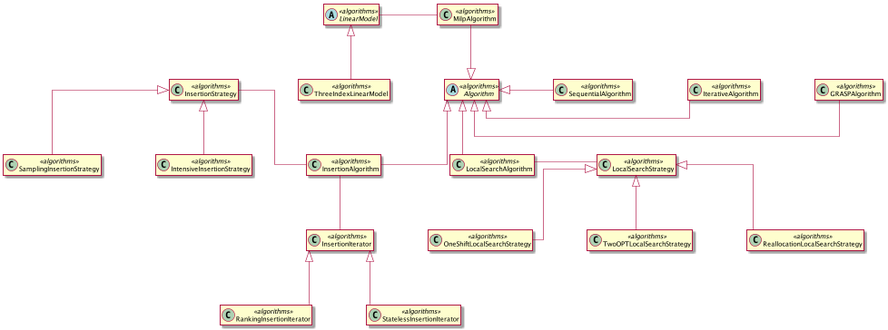
garciparedes/tfg-dial-a-ride-problem keeps this PlantUML diagram as document/img/algorithms-overview.png. Above is the earlier version. The source it was exported from:
```plantuml
@startuml
skinparam linetype ortho
skinparam nodesep 100
skinparam ranksep 100

hide empty methods
hide empty attributes

abstract class Algorithm <<algorithms>>

class MilpAlgorithm <<algorithms>>

abstract class LinearModel <<algorithms>>
class ThreeIndexLinearModel <<algorithms>>

class InsertionAlgorithm <<algorithms>>

class InsertionIterator <<algorithms>>
class RankingInsertionIterator <<algorithms>>
class StatelessInsertionIterator <<algorithms>>

class InsertionStrategy <<algorithms>>
class IntensiveInsertionStrategy <<algorithms>>
class SamplingInsertionStrategy <<algorithms>>

class LocalSearchAlgorithm <<algorithms>>

class LocalSearchStrategy <<algorithms>>
class ReallocationLocalSearchStrategy <<algorithms>>
class OneShiftLocalSearchStrategy <<algorithms>>
class TwoOPTLocalSearchStrategy <<algorithms>>

class GRASPAlgorithm <<algorithms>>
class IterativeAlgorithm <<algorithms>>
class SequentialAlgorithm <<algorithms>>


InsertionAlgorithm -up-|> Algorithm
MilpAlgorithm --|> Algorithm
Algorithm <|-- LocalSearchAlgorithm
Algorithm <|- GRASPAlgorithm
Algorithm <|- IterativeAlgorithm
Algorithm <|- SequentialAlgorithm


InsertionStrategy <|-- IntensiveInsertionStrategy
InsertionStrategy <|-- SamplingInsertionStrategy

InsertionIterator <|-- RankingInsertionIterator
InsertionIterator <|-- StatelessInsertionIterator

LinearModel <|-- ThreeIndexLinearModel

LocalSearchStrategy <|-- ReallocationLocalSearchStrategy
LocalSearchStrategy <|-- OneShiftLocalSearchStrategy
LocalSearchStrategy <|-- TwoOPTLocalSearchStrategy


InsertionAlgorithm -down- InsertionIterator
InsertionStrategy -down- InsertionAlgorithm

LinearModel - MilpAlgorithm

LocalSearchAlgorithm - LocalSearchStrategy

@enduml
```
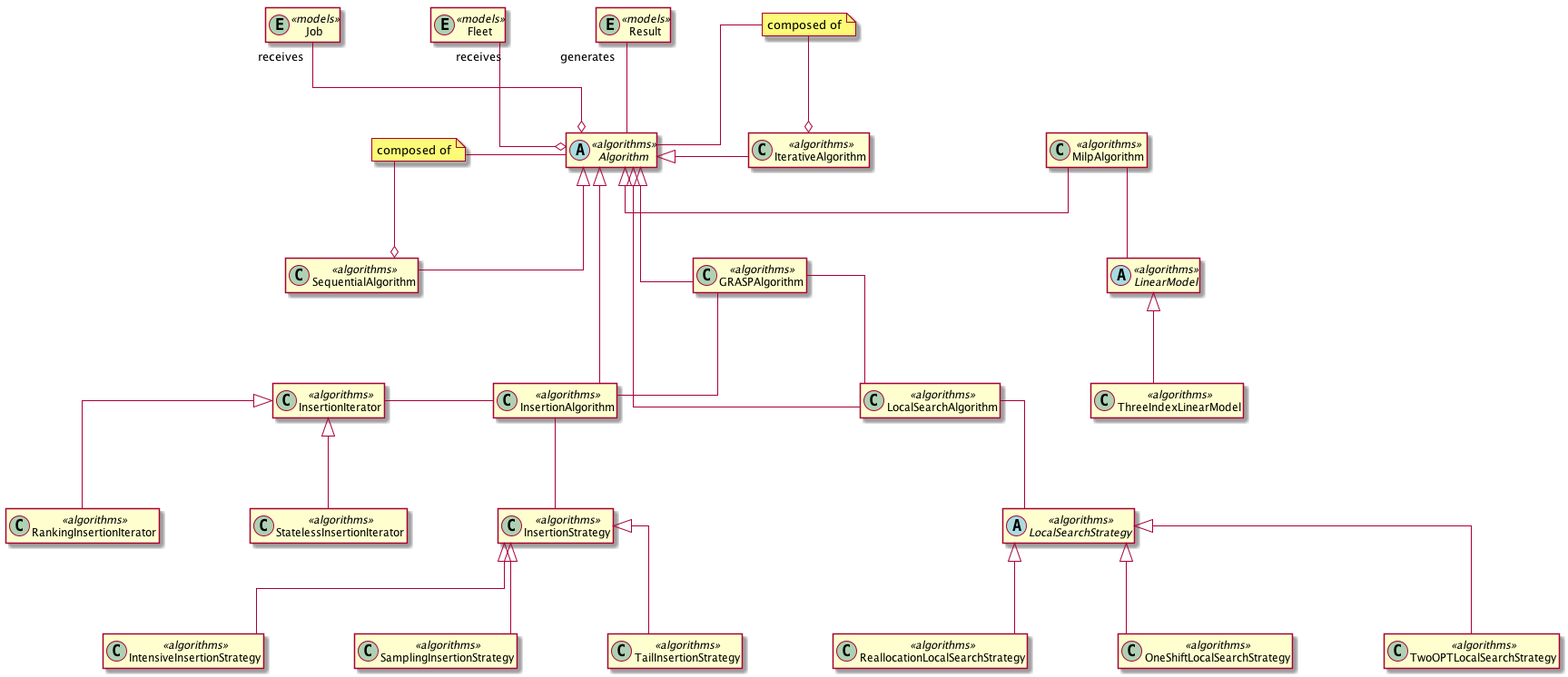
After the change.

Commit message:
Working on "algorithms" module description.

The edit, as a diff of the source:
```diff
@@ -5,6 +5,11 @@
 
 hide empty methods
 hide empty attributes
+
+entity Job <<models>>
+entity Fleet <<models>>
+
+entity Result <<models>>
 
 abstract class Algorithm <<algorithms>>
 
@@ -22,10 +27,11 @@
 class InsertionStrategy <<algorithms>>
 class IntensiveInsertionStrategy <<algorithms>>
 class SamplingInsertionStrategy <<algorithms>>
+class TailInsertionStrategy <<algorithms>>
 
 class LocalSearchAlgorithm <<algorithms>>
 
-class LocalSearchStrategy <<algorithms>>
+abstract class LocalSearchStrategy <<algorithms>>
 class ReallocationLocalSearchStrategy <<algorithms>>
 class OneShiftLocalSearchStrategy <<algorithms>>
 class TwoOPTLocalSearchStrategy <<algorithms>>
@@ -36,15 +42,16 @@
 
 
 InsertionAlgorithm -up-|> Algorithm
-MilpAlgorithm --|> Algorithm
+Algorithm <|- MilpAlgorithm
 Algorithm <|-- LocalSearchAlgorithm
-Algorithm <|- GRASPAlgorithm
+Algorithm <|-- GRASPAlgorithm
 Algorithm <|- IterativeAlgorithm
-Algorithm <|- SequentialAlgorithm
+Algorithm <|-- SequentialAlgorithm
 
 
 InsertionStrategy <|-- IntensiveInsertionStrategy
 InsertionStrategy <|-- SamplingInsertionStrategy
+InsertionStrategy <|-- TailInsertionStrategy
 
 InsertionIterator <|-- RankingInsertionIterator
 InsertionIterator <|-- StatelessInsertionIterator
@@ -56,11 +63,29 @@
 LocalSearchStrategy <|-- TwoOPTLocalSearchStrategy
 
 
-InsertionAlgorithm -down- InsertionIterator
-InsertionStrategy -down- InsertionAlgorithm
+InsertionAlgorithm -left- InsertionIterator
+InsertionAlgorithm -down- InsertionStrategy
 
-LinearModel - MilpAlgorithm
+MilpAlgorithm -- LinearModel
 
-LocalSearchAlgorithm - LocalSearchStrategy
+LocalSearchAlgorithm -- LocalSearchStrategy
+
+
+GRASPAlgorithm -- LocalSearchAlgorithm
+GRASPAlgorithm -- InsertionAlgorithm
+
+
+note "composed of" as N1
+N1 --o IterativeAlgorithm
+N1 - Algorithm
+
+note "composed of" as N2
+N2 --o SequentialAlgorithm
+N2 - Algorithm
+
+
+Job "receives "--o Algorithm
+Fleet "receives"--o Algorithm
+Result "generates"-- Algorithm
 
 @enduml
```
